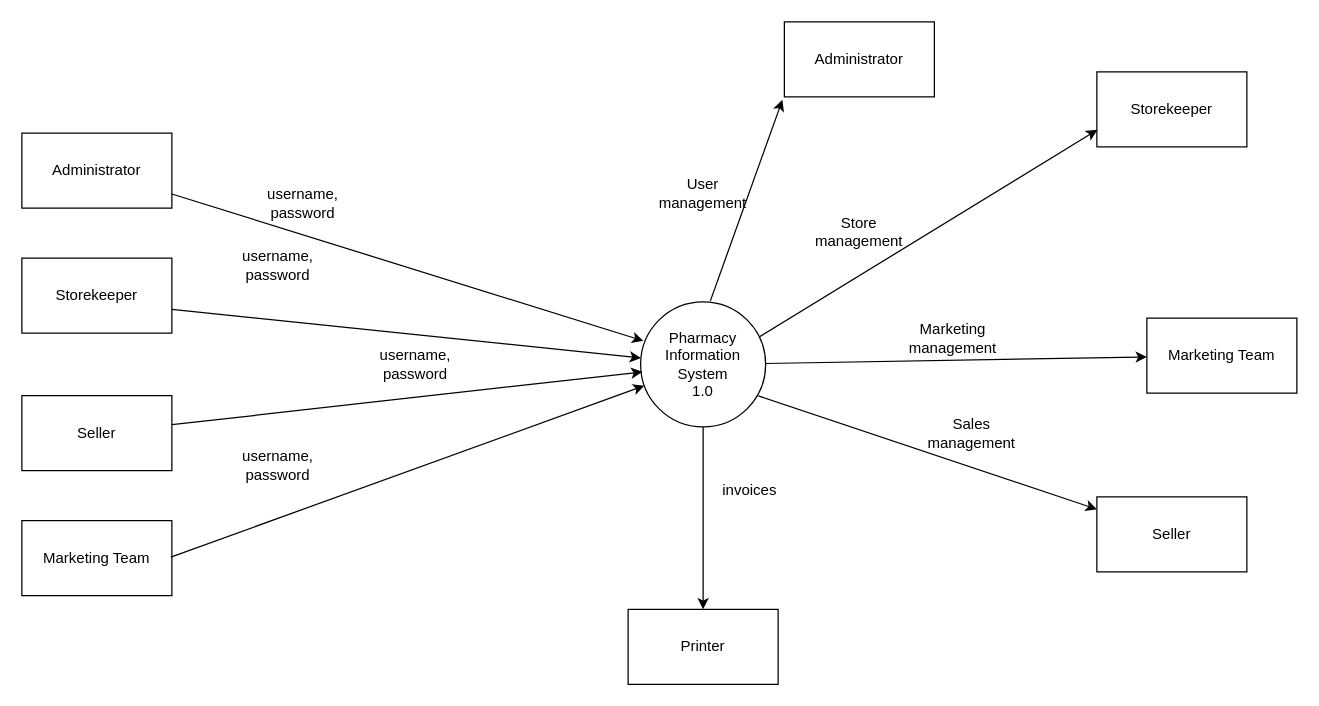
Konstantinos-Papanagnou/Project-Management keeps this draw.io diagram as Docs/Charts/Developer Panagiotis/DFD/DFD (lvl_0).drawio. Above is the earlier version. Source tidied: cells renumbered, new cells numbered last; positions are measured from the earlier drawing's top-left corner, leaving out a move shared by most shapes. Both pictures are drawn from the tidied source at 125%, with x=0, y=0 at pixel (21, 21).
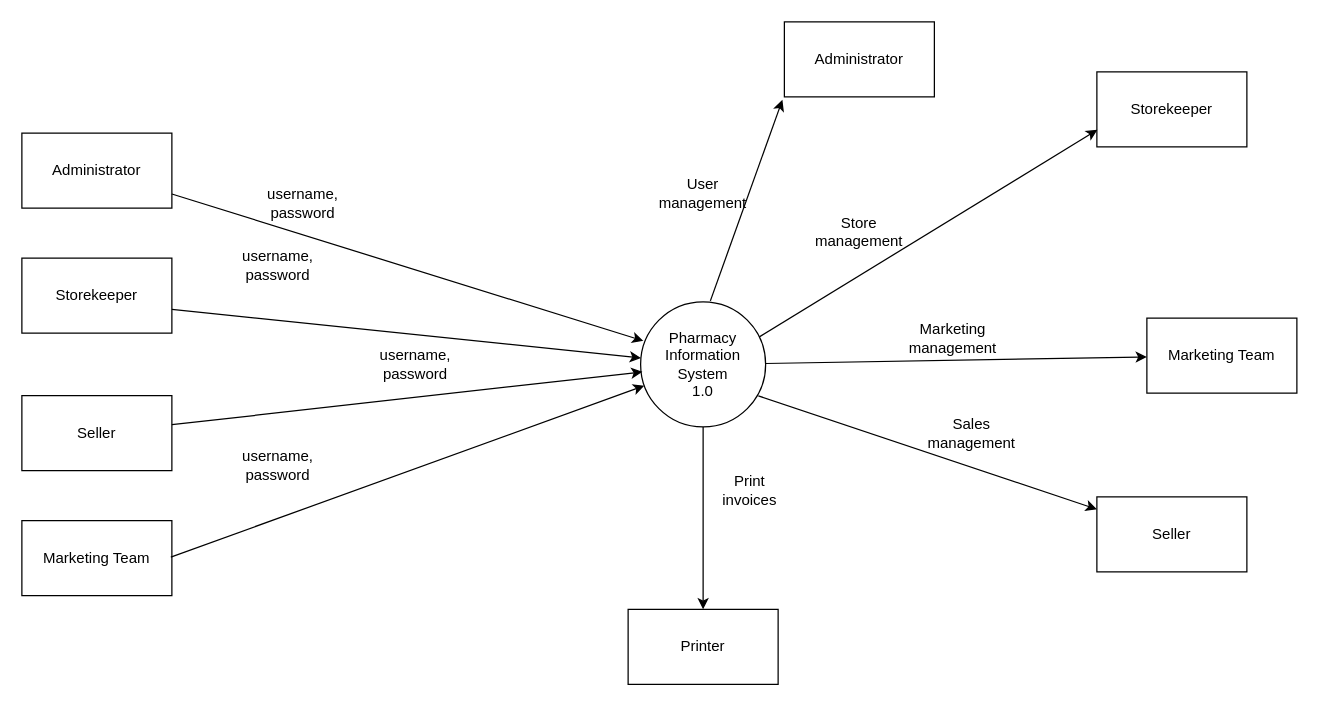
The same page after the edit.

What changed in the source:
```diff
@@
-    <mxCell id="29" value="invoices" style="text;html=1;strokeColor=none;fillColor=none;align=center;verticalAlign=middle;whiteSpace=wrap;rounded=0;" parent="1" vertex="1">
+    <mxCell id="29" value="Print invoices" style="text;html=1;strokeColor=none;fillColor=none;align=center;verticalAlign=middle;whiteSpace=wrap;rounded=0;" parent="1" vertex="1">
       <mxGeometry x="555" y="359" width="55" height="31" as="geometry" />
     </mxCell>
```
